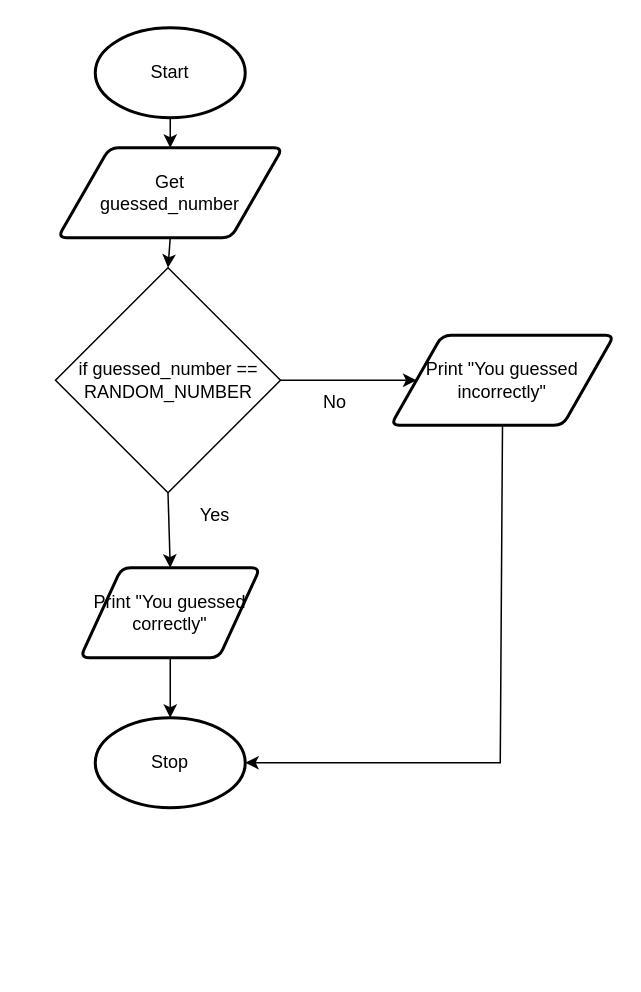
Aidan-Lalonde-Novales/ICS3U-Unit3-03-Python keeps this draw.io diagram as drawio/flowchart/flowchart.drawio. Above is the earlier version. Source tidied: cells renumbered, new cells numbered last; positions are measured from the earlier drawing's top-left corner, leaving out a move shared by most shapes. Both pictures are drawn from the tidied source at 150%, with x=0, y=0 at pixel (56, 27).
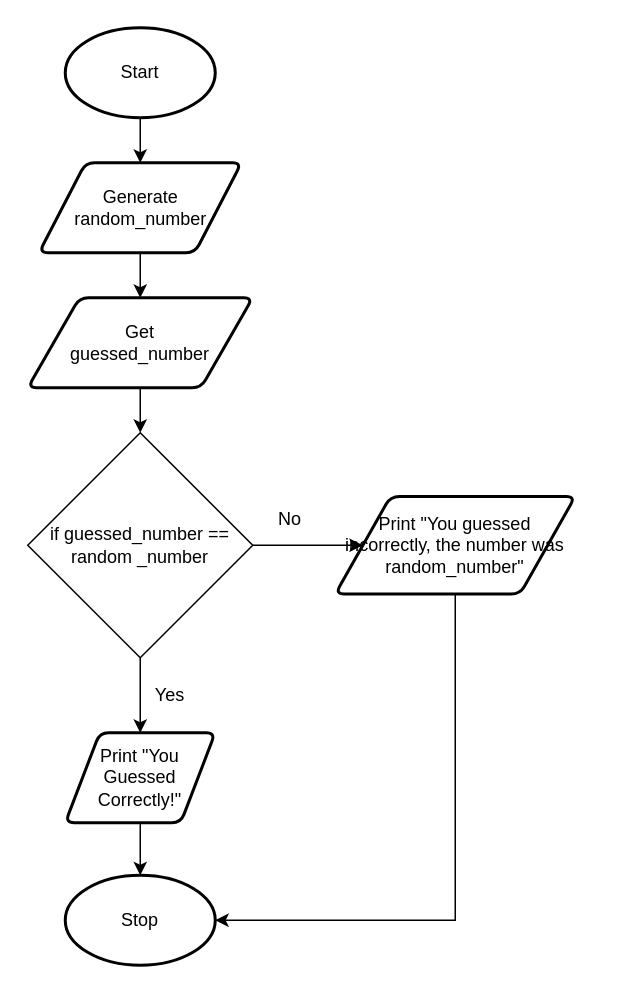
The same page after the edit.

Diff of the diagram source:
```diff
@@
 <mxGraphModel>
   <root>
     <mxCell id="0" />
     <mxCell id="1" parent="0" />
-    <mxCell id="2" style="edgeStyle=none;html=1;exitX=0.5;exitY=1;exitDx=0;exitDy=0;exitPerimeter=0;entryX=0.5;entryY=0;entryDx=0;entryDy=0;" parent="1" edge="1" source="3" target="5">
-      <mxGeometry relative="1" as="geometry" />
-    </mxCell>
+    <mxCell id="16" style="edgeStyle=none;html=1;exitX=0.5;exitY=1;exitDx=0;exitDy=0;exitPerimeter=0;entryX=0.5;entryY=0;entryDx=0;entryDy=0;" parent="1" edge="1" source="3" target="18">
+      <mxGeometry relative="1" as="geometry" />
+    </mxCell>
     <mxCell id="3" value="Start" style="strokeWidth=2;html=1;shape=mxgraph.flowchart.start_1;whiteSpace=wrap;" parent="1" vertex="1">
-      <mxGeometry x="26" width="100" height="60" as="geometry" />
+      <mxGeometry x="6" width="100" height="60" as="geometry" />
     </mxCell>
     <mxCell id="4" style="edgeStyle=none;html=1;exitX=0.5;exitY=1;exitDx=0;exitDy=0;entryX=0.5;entryY=0;entryDx=0;entryDy=0;" parent="1" edge="1" source="5" target="15">
       <mxGeometry relative="1" as="geometry" />
     </mxCell>
     <mxCell id="5" value="Get&lt;br&gt;guessed_number" style="shape=parallelogram;html=1;strokeWidth=2;perimeter=parallelogramPerimeter;whiteSpace=wrap;rounded=1;arcSize=12;size=0.23;" parent="1" vertex="1">
-      <mxGeometry x="1" y="80" width="150" height="60" as="geometry" />
+      <mxGeometry x="-19" y="180" width="150" height="60" as="geometry" />
     </mxCell>
     <mxCell id="6" style="edgeStyle=none;html=1;exitX=0.5;exitY=1;exitDx=0;exitDy=0;entryX=0.5;entryY=0;entryDx=0;entryDy=0;entryPerimeter=0;" parent="1" edge="1" source="7" target="8">
       <mxGeometry relative="1" as="geometry" />
     </mxCell>
-    <mxCell id="7" value="Print &quot;You guessed correctly&quot;" style="shape=parallelogram;html=1;strokeWidth=2;perimeter=parallelogramPerimeter;whiteSpace=wrap;rounded=1;arcSize=12;size=0.23;" parent="1" vertex="1">
-      <mxGeometry x="16" y="360" width="120" height="60" as="geometry" />
+    <mxCell id="7" value="Print &quot;You Guessed Correctly!&quot;" style="shape=parallelogram;html=1;strokeWidth=2;perimeter=parallelogramPerimeter;whiteSpace=wrap;rounded=1;arcSize=12;size=0.23;" parent="1" vertex="1">
+      <mxGeometry x="6" y="470" width="100" height="60" as="geometry" />
     </mxCell>
     <mxCell id="8" value="Stop" style="strokeWidth=2;html=1;shape=mxgraph.flowchart.start_1;whiteSpace=wrap;" parent="1" vertex="1">
-      <mxGeometry x="26" y="460" width="100" height="60" as="geometry" />
+      <mxGeometry x="6" y="565" width="100" height="60" as="geometry" />
     </mxCell>
     <mxCell id="9" value="Yes" style="text;html=1;strokeColor=none;fillColor=none;align=center;verticalAlign=middle;whiteSpace=wrap;rounded=0;" parent="1" vertex="1">
-      <mxGeometry x="86" y="310" width="40" height="30" as="geometry" />
+      <mxGeometry x="56" y="430" width="40" height="30" as="geometry" />
     </mxCell>
     <mxCell id="10" style="edgeStyle=none;html=1;exitX=0.5;exitY=1;exitDx=0;exitDy=0;entryX=1;entryY=0.5;entryDx=0;entryDy=0;entryPerimeter=0;rounded=0;" parent="1" edge="1" source="11" target="8">
       <mxGeometry relative="1" as="geometry">
         <Array as="points">
-          <mxPoint x="296" y="490" />
+          <mxPoint x="266" y="595" />
         </Array>
       </mxGeometry>
     </mxCell>
-    <mxCell id="11" value="Print &quot;You guessed incorrectly&quot;" style="shape=parallelogram;html=1;strokeWidth=2;perimeter=parallelogramPerimeter;whiteSpace=wrap;rounded=1;arcSize=12;size=0.23;" parent="1" vertex="1">
-      <mxGeometry x="223" y="205" width="149" height="60" as="geometry" />
+    <mxCell id="11" value="Print &quot;You guessed incorrectly, the number was random_number&quot;" style="shape=parallelogram;html=1;strokeWidth=2;perimeter=parallelogramPerimeter;whiteSpace=wrap;rounded=1;arcSize=12;size=0.23;" parent="1" vertex="1">
+      <mxGeometry x="186" y="312.5" width="160" height="65" as="geometry" />
     </mxCell>
     <mxCell id="12" value="No" style="text;html=1;strokeColor=none;fillColor=none;align=center;verticalAlign=middle;whiteSpace=wrap;rounded=0;" parent="1" vertex="1">
-      <mxGeometry x="166" y="235" width="40" height="30" as="geometry" />
+      <mxGeometry x="136" y="312.5" width="40" height="30" as="geometry" />
     </mxCell>
     <mxCell id="13" style="edgeStyle=none;html=1;exitX=0.5;exitY=1;exitDx=0;exitDy=0;entryX=0.5;entryY=0;entryDx=0;entryDy=0;" parent="1" edge="1" source="15" target="7">
       <mxGeometry relative="1" as="geometry" />
     </mxCell>
     <mxCell id="14" style="edgeStyle=none;html=1;exitX=1;exitY=0.5;exitDx=0;exitDy=0;entryX=0;entryY=0.5;entryDx=0;entryDy=0;" parent="1" edge="1" source="15" target="11">
       <mxGeometry relative="1" as="geometry" />
     </mxCell>
-    <mxCell id="15" value="&lt;span&gt;if guessed_number == RANDOM_NUMBER&lt;/span&gt;" style="rhombus;whiteSpace=wrap;html=1;" parent="1" vertex="1">
-      <mxGeometry x="-0.5" y="160" width="150" height="150" as="geometry" />
+    <mxCell id="15" value="&lt;span&gt;if guessed_number == random _number&lt;/span&gt;" style="rhombus;whiteSpace=wrap;html=1;" parent="1" vertex="1">
+      <mxGeometry x="-19" y="270" width="150" height="150" as="geometry" />
     </mxCell>
+    <mxCell id="17" style="edgeStyle=none;html=1;entryX=0.5;entryY=0;entryDx=0;entryDy=0;" parent="1" edge="1" source="18" target="5">
+      <mxGeometry relative="1" as="geometry" />
+    </mxCell>
+    <mxCell id="18" value="Generate random_number" style="shape=parallelogram;html=1;strokeWidth=2;perimeter=parallelogramPerimeter;whiteSpace=wrap;rounded=1;arcSize=12;size=0.23;" parent="1" vertex="1">
+      <mxGeometry x="-11.5" y="90" width="135" height="60" as="geometry" />
+    </mxCell>
   </root>
 </mxGraphModel>
```
